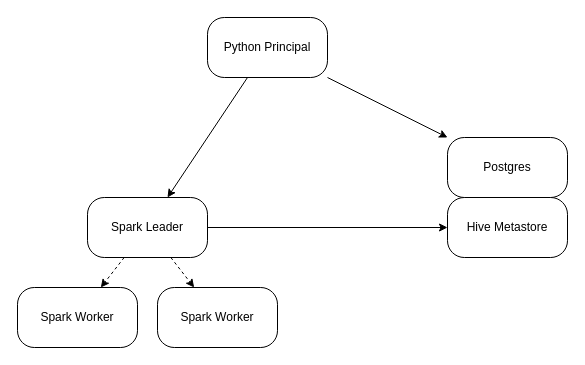
Earlier version of the draw.io diagram Architecture.drawio (pedroaraujoh/de_exp). Source tidied: cells renumbered, new cells numbered last; positions are measured from the earlier drawing's top-left corner, leaving out a move shared by most shapes. Both pictures are drawn from the tidied source at 100%, with x=0, y=0 at pixel (17, 17).
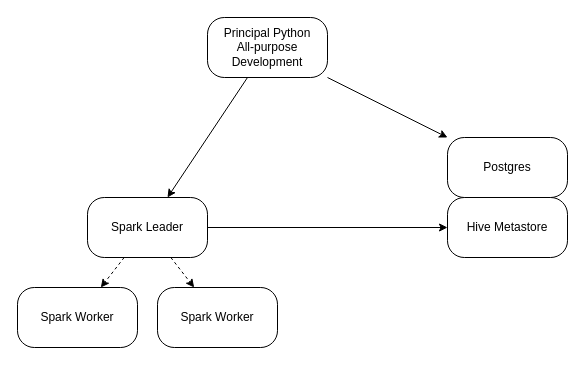
After the change.

What changed in the source:
```diff
@@
 <mxGraphModel>
   <root>
     <mxCell id="0" />
     <mxCell id="1" parent="0" />
     <mxCell id="2" style="html=1;" parent="1" edge="1" source="4" target="8">
       <mxGeometry relative="1" as="geometry" />
     </mxCell>
     <mxCell id="3" style="edgeStyle=none;html=1;" parent="1" edge="1" source="4" target="11">
       <mxGeometry relative="1" as="geometry" />
     </mxCell>
-    <mxCell id="4" value="Python Principal" style="rounded=1;whiteSpace=wrap;html=1;arcSize=28;" parent="1" vertex="1">
+    <mxCell id="4" value="Principal Python&lt;br&gt;All-purpose&lt;br&gt;Development" style="rounded=1;whiteSpace=wrap;html=1;arcSize=28;" parent="1" vertex="1">
       <mxGeometry x="190" width="120" height="60" as="geometry" />
     </mxCell>
     <mxCell id="5" style="edgeStyle=none;html=1;dashed=1;" parent="1" edge="1" source="8" target="9">
       <mxGeometry relative="1" as="geometry" />
     </mxCell>
     <mxCell id="6" style="edgeStyle=none;html=1;dashed=1;" parent="1" edge="1" source="8" target="10">
       <mxGeometry relative="1" as="geometry" />
     </mxCell>
     <mxCell id="7" style="edgeStyle=none;html=1;" parent="1" edge="1" source="8" target="12">
       <mxGeometry relative="1" as="geometry" />
     </mxCell>
     <mxCell id="8" value="Spark Leader" style="rounded=1;whiteSpace=wrap;html=1;arcSize=28;" parent="1" vertex="1">
       <mxGeometry x="70" y="180" width="120" height="60" as="geometry" />
     </mxCell>
     <mxCell id="9" value="Spark Worker" style="rounded=1;whiteSpace=wrap;html=1;arcSize=28;" parent="1" vertex="1">
       <mxGeometry y="270" width="120" height="60" as="geometry" />
     </mxCell>
     <mxCell id="10" value="Spark Worker" style="rounded=1;whiteSpace=wrap;html=1;arcSize=28;" parent="1" vertex="1">
       <mxGeometry x="140" y="270" width="120" height="60" as="geometry" />
     </mxCell>
     <mxCell id="11" value="Postgres" style="rounded=1;whiteSpace=wrap;arcSize=28;labelBackgroundColor=none;labelBorderColor=none;html=1;align=center;horizontal=1;" parent="1" vertex="1">
       <mxGeometry x="430" y="120" width="120" height="60" as="geometry" />
     </mxCell>
     <mxCell id="12" value="Hive Metastore" style="rounded=1;whiteSpace=wrap;html=1;arcSize=28;" parent="1" vertex="1">
       <mxGeometry x="430" y="180" width="120" height="60" as="geometry" />
     </mxCell>
   </root>
 </mxGraphModel>
```
